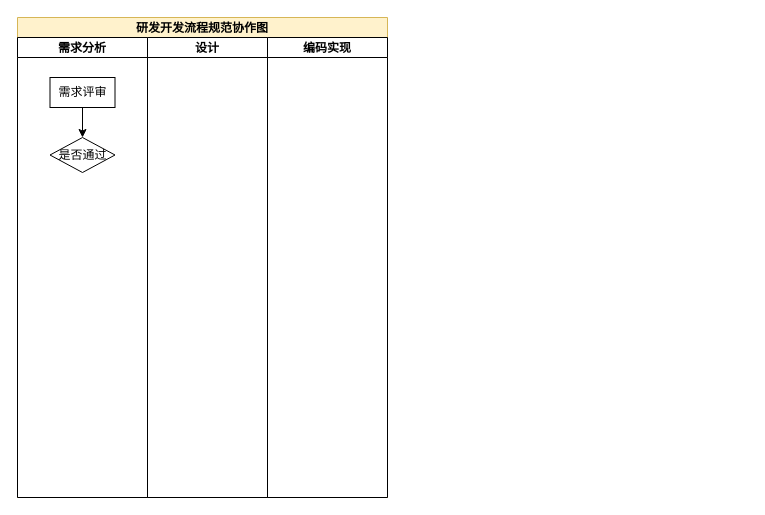
Before: Untitled Diagram.drawio in zhubin2430701/draw, a draw.io diagram. Source tidied: cells renumbered, new cells numbered last; positions are measured from the earlier drawing's top-left corner, leaving out a move shared by most shapes. Both pictures are drawn from the tidied source at 100%, with x=0, y=0 at pixel (17, 17).
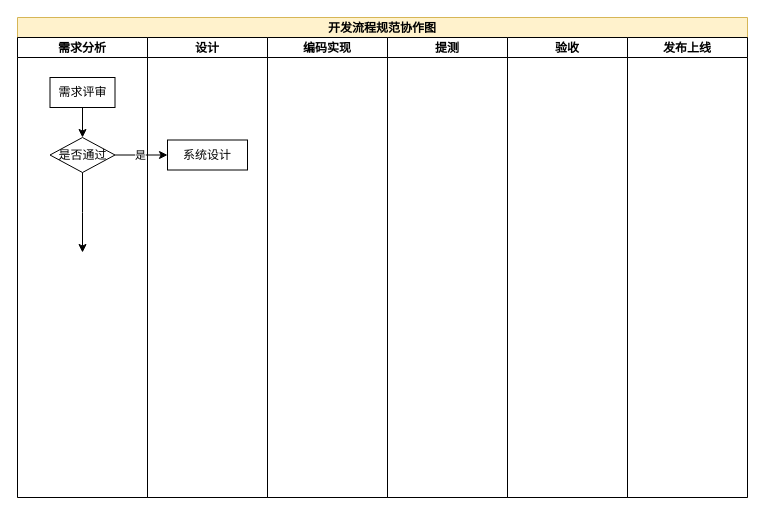
The same diagram, later.

Commit message:
更新流程规范协作图

The edit, as a diff of the source:
```diff
@@
 <mxGraphModel>
   <root>
     <mxCell id="0" />
     <mxCell id="1" parent="0" />
-    <mxCell id="2" value="研发开发流程规范协作图" style="swimlane;startSize=20;fillColor=#fff2cc;strokeColor=#d6b656;" parent="1" vertex="1">
-      <mxGeometry width="370" height="480" as="geometry" />
+    <mxCell id="2" value="开发流程规范协作图" style="swimlane;startSize=20;fillColor=#fff2cc;strokeColor=#d6b656;" parent="1" vertex="1">
+      <mxGeometry width="730" height="480" as="geometry" />
     </mxCell>
     <mxCell id="3" value="需求分析" style="swimlane;startSize=20;" parent="2" vertex="1">
       <mxGeometry y="20" width="130" height="460" as="geometry" />
     </mxCell>
     <mxCell id="4" value="需求评审" style="rounded=0;whiteSpace=wrap;html=1;" parent="3" vertex="1">
       <mxGeometry x="32.5" y="40" width="65" height="30" as="geometry" />
     </mxCell>
     <mxCell id="5" value="是否通过" style="rhombus;whiteSpace=wrap;html=1;rounded=0;" parent="3" vertex="1">
       <mxGeometry x="32.5" y="100" width="65" height="35" as="geometry" />
     </mxCell>
     <mxCell id="6" style="edgeStyle=orthogonalEdgeStyle;rounded=0;jettySize=auto;html=1;" parent="3" edge="1" source="4" target="5">
       <mxGeometry relative="1" as="geometry" />
     </mxCell>
     <mxCell id="7" value="设计" style="swimlane;startSize=20;" parent="2" vertex="1">
       <mxGeometry x="130" y="20" width="120" height="460" as="geometry" />
     </mxCell>
+    <mxCell id="9" value="系统设计" style="whiteSpace=wrap;html=1;rounded=0;" parent="7" vertex="1">
+      <mxGeometry x="20" y="102.5" width="80" height="30" as="geometry" />
+    </mxCell>
     <mxCell id="8" value="编码实现" style="swimlane;startSize=20;" parent="2" vertex="1">
       <mxGeometry x="250" y="20" width="120" height="460" as="geometry" />
     </mxCell>
+    <mxCell id="10" value="提测" style="swimlane;startSize=20;" parent="2" vertex="1">
+      <mxGeometry x="370" y="20" width="120" height="460" as="geometry" />
+    </mxCell>
+    <mxCell id="11" value="验收" style="swimlane;startSize=20;" parent="2" vertex="1">
+      <mxGeometry x="490" y="20" width="120" height="460" as="geometry" />
+    </mxCell>
+    <mxCell id="12" value="发布上线" style="swimlane;startSize=20;" parent="2" vertex="1">
+      <mxGeometry x="610" y="20" width="120" height="460" as="geometry" />
+    </mxCell>
+    <mxCell id="13" style="edgeStyle=orthogonalEdgeStyle;rounded=0;jettySize=auto;html=1;" parent="2" edge="1" source="5" target="9">
+      <mxGeometry relative="1" as="geometry" />
+    </mxCell>
+    <mxCell id="14" value="是" style="edgeLabel;html=1;align=center;verticalAlign=middle;" parent="13" vertex="1">
+      <mxGeometry x="-0.05" relative="1" as="geometry" />
+    </mxCell>
+    <mxCell id="15" style="edgeStyle=orthogonalEdgeStyle;rounded=0;jettySize=auto;html=1;" parent="1" edge="1" source="5">
+      <mxGeometry relative="1" as="geometry">
+        <mxPoint x="65" y="235" as="targetPoint" />
+      </mxGeometry>
+    </mxCell>
   </root>
 </mxGraphModel>
```
